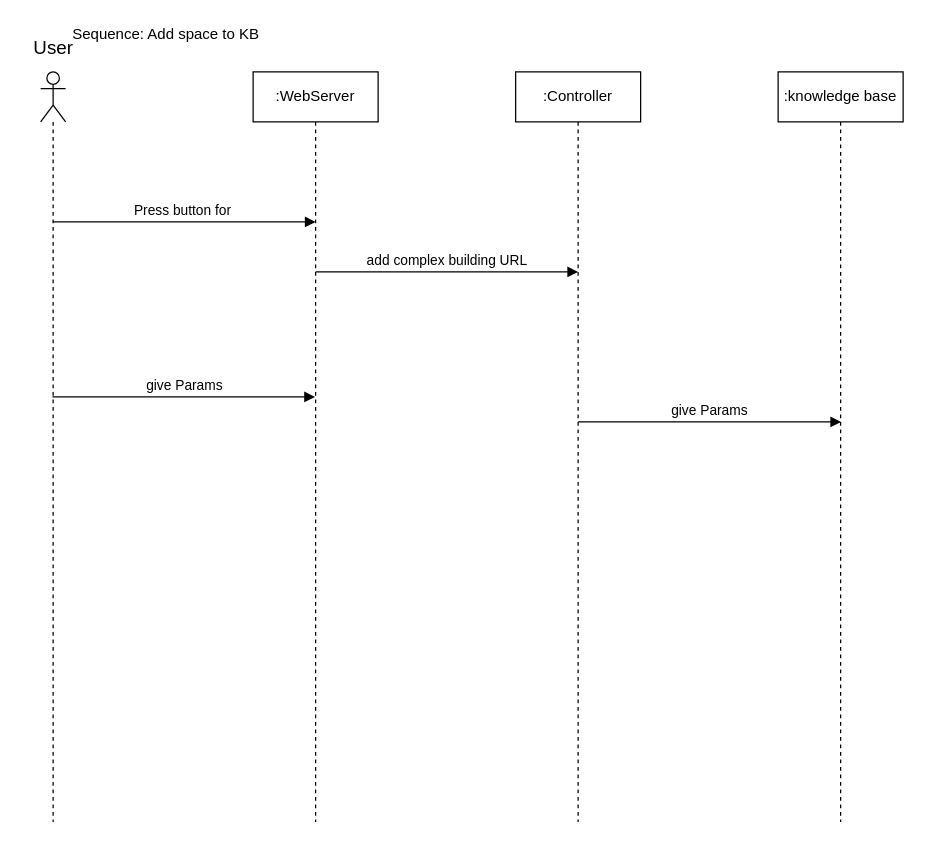
Above: page "Sequence Diagram" (4 of 8) of Diagrams/Diagrams.drawio in Hallvaeb/automation-p2-construction-knowledge-base (draw.io), before the change. Source tidied: cells renumbered, new cells numbered last; positions are measured from the earlier drawing's top-left corner, leaving out a move shared by most shapes. Both pictures are drawn from the tidied source at 125%, with x=0, y=0 at pixel (21, 21).
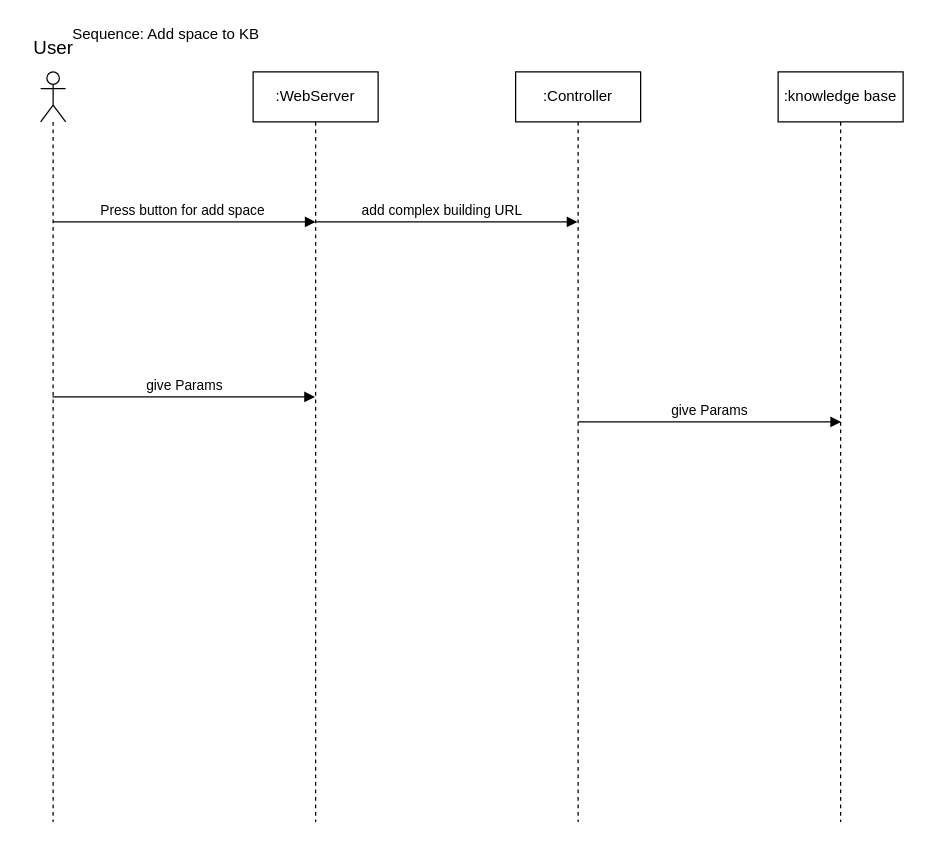
The same page after the edit.

Unchanged cells that the change refers to:
```xml
<mxCell id="3" value=":WebServer" style="shape=umlLifeline;perimeter=lifelinePerimeter;whiteSpace=wrap;html=1;outlineConnect=0;" parent="1" vertex="1">
  <mxGeometry x="185" y="40" width="100" height="600" as="geometry" />
</mxCell>
<mxCell id="7" value=":Controller" style="shape=umlLifeline;perimeter=lifelinePerimeter;whiteSpace=wrap;html=1;outlineConnect=0;" parent="1" vertex="1">
  <mxGeometry x="395" y="40" width="100" height="600" as="geometry" />
</mxCell>
```

Change to the diagram source:
```diff
@@
-    <mxCell id="4" value="Press button for&amp;nbsp;" style="html=1;verticalAlign=bottom;endArrow=block;rounded=0;edgeStyle=orthogonalEdgeStyle;" parent="3" edge="1">
+    <mxCell id="4" value="Press button for add space&amp;nbsp;" style="html=1;verticalAlign=bottom;endArrow=block;rounded=0;edgeStyle=orthogonalEdgeStyle;" parent="3" edge="1">
       <mxGeometry relative="1" as="geometry">
         <mxPoint x="-160" y="120" as="sourcePoint" />
         <mxPoint x="50" y="120" as="targetPoint" />
         <Array as="points">
           <mxPoint x="-10" y="120" />
           <mxPoint x="-10" y="120" />
         </Array>
       </mxGeometry>
     </mxCell>
@@
-    <mxCell id="9" value="add complex building URL" style="html=1;verticalAlign=bottom;endArrow=block;rounded=0;edgeStyle=orthogonalEdgeStyle;" parent="1" edge="1">
-      <mxGeometry relative="1" as="geometry">
-        <mxPoint x="235" y="200" as="sourcePoint" />
-        <mxPoint x="445" y="200" as="targetPoint" />
+    <mxCell id="9" value="add complex building URL" style="html=1;verticalAlign=bottom;endArrow=block;rounded=0;edgeStyle=orthogonalEdgeStyle;" parent="1" edge="1" source="3" target="7">
+      <mxGeometry x="-0.04" relative="1" as="geometry">
         <Array as="points">
-          <mxPoint x="385" y="200" />
-          <mxPoint x="385" y="200" />
+          <mxPoint x="325" y="160" />
+          <mxPoint x="325" y="160" />
         </Array>
       </mxGeometry>
     </mxCell>
```
